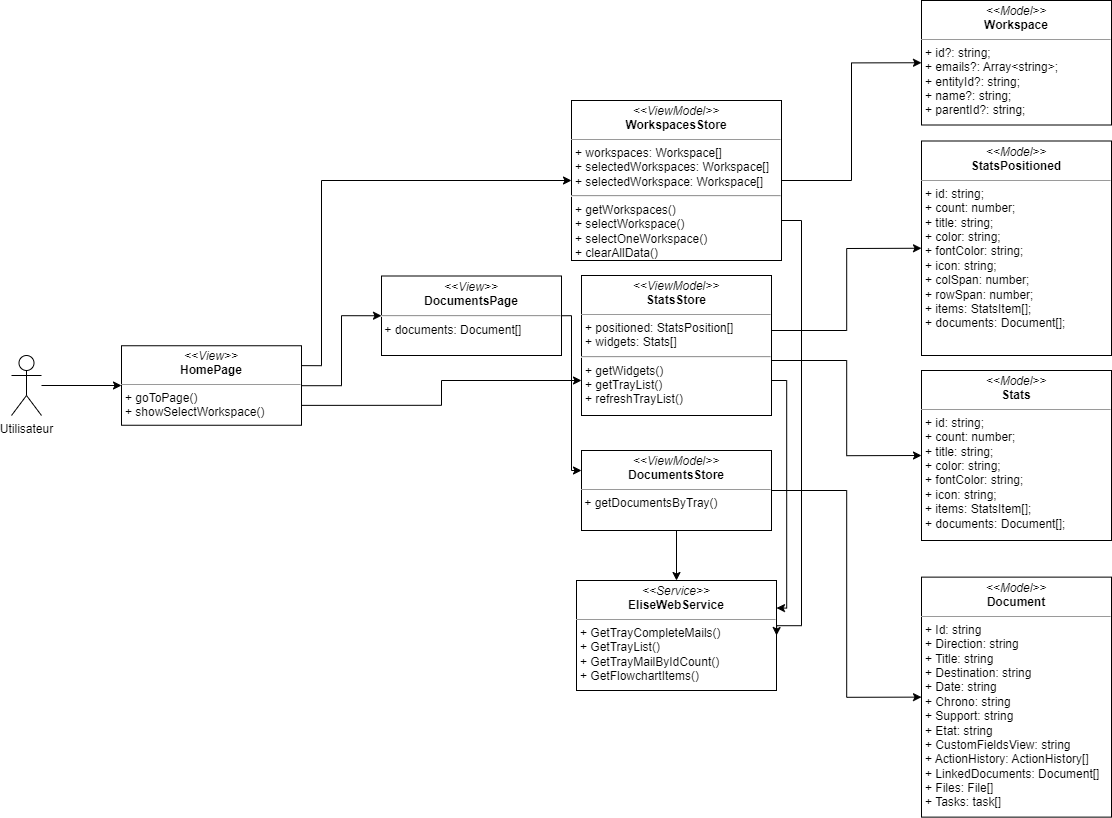
PFE-Neoledge-2023/rapport keeps this draw.io diagram as images_pfe/dcc_sprint7.png. Above is the earlier version. Source tidied: cells renumbered, new cells last; positions are measured from the earlier drawing's top-left corner, leaving out a move shared by most shapes.
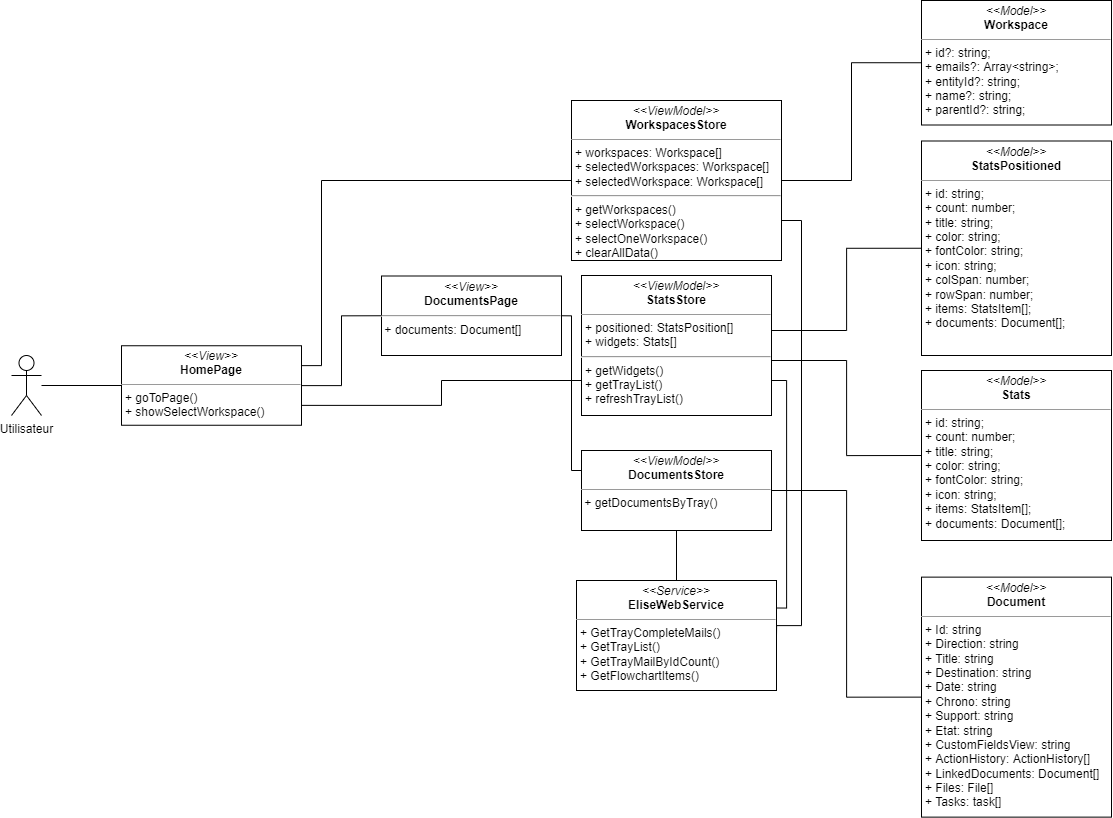
The same diagram one commit later.

What changed in the source:
```diff
@@ -2,19 +2,19 @@
   <root>
     <mxCell id="0" />
     <mxCell id="1" parent="0" />
-    <mxCell id="2" style="edgeStyle=orthogonalEdgeStyle;rounded=0;html=1;entryX=0;entryY=0.5;entryDx=0;entryDy=0;" parent="1" edge="1" source="3" target="14">
+    <mxCell id="2" style="edgeStyle=orthogonalEdgeStyle;rounded=0;html=1;entryX=0;entryY=0.5;entryDx=0;entryDy=0;endArrow=none;endFill=0;" parent="1" edge="1" source="3" target="14">
       <mxGeometry relative="1" as="geometry" />
     </mxCell>
     <mxCell id="3" value="Utilisateur" style="shape=umlActor;verticalLabelPosition=bottom;verticalAlign=top;html=1;outlineConnect=0;" parent="1" vertex="1">
       <mxGeometry y="355" width="30" height="60" as="geometry" />
     </mxCell>
-    <mxCell id="4" style="edgeStyle=orthogonalEdgeStyle;html=1;exitX=1;exitY=0.5;exitDx=0;exitDy=0;entryX=0;entryY=0.25;entryDx=0;entryDy=0;rounded=0;" parent="1" edge="1" source="5" target="18">
+    <mxCell id="4" style="edgeStyle=orthogonalEdgeStyle;html=1;exitX=1;exitY=0.5;exitDx=0;exitDy=0;entryX=0;entryY=0.25;entryDx=0;entryDy=0;rounded=0;endArrow=none;endFill=0;" parent="1" edge="1" source="5" target="18">
       <mxGeometry relative="1" as="geometry" />
     </mxCell>
     <mxCell id="5" value="&lt;p style=&quot;margin:0px;margin-top:4px;text-align:center;&quot;&gt;&lt;i&gt;&amp;lt;&amp;lt;View&amp;gt;&amp;gt;&lt;/i&gt;&lt;br&gt;&lt;b&gt;DocumentsPage&lt;/b&gt;&lt;/p&gt;&lt;hr&gt;&amp;nbsp;+ documents: Document[]" style="verticalAlign=top;align=left;overflow=fill;fontSize=12;fontFamily=Helvetica;html=1;whiteSpace=wrap;" parent="1" vertex="1">
       <mxGeometry x="370" y="275.5" width="180" height="79.5" as="geometry" />
     </mxCell>
-    <mxCell id="6" style="edgeStyle=orthogonalEdgeStyle;rounded=0;html=1;entryX=0;entryY=0.5;entryDx=0;entryDy=0;" parent="1" edge="1" source="9" target="20">
+    <mxCell id="6" style="edgeStyle=orthogonalEdgeStyle;rounded=0;html=1;entryX=0;entryY=0.5;entryDx=0;entryDy=0;endArrow=none;endFill=0;" parent="1" edge="1" source="9" target="20">
       <mxGeometry relative="1" as="geometry">
         <Array as="points">
           <mxPoint x="835" y="360" />
@@ -22,7 +22,7 @@
         </Array>
       </mxGeometry>
     </mxCell>
-    <mxCell id="7" style="edgeStyle=orthogonalEdgeStyle;rounded=0;html=1;entryX=0;entryY=0.5;entryDx=0;entryDy=0;" parent="1" edge="1" source="9" target="19">
+    <mxCell id="7" style="edgeStyle=orthogonalEdgeStyle;rounded=0;html=1;entryX=0;entryY=0.5;entryDx=0;entryDy=0;endArrow=none;endFill=0;" parent="1" edge="1" source="9" target="19">
       <mxGeometry relative="1" as="geometry">
         <Array as="points">
           <mxPoint x="835" y="330" />
@@ -30,7 +30,7 @@
         </Array>
       </mxGeometry>
     </mxCell>
-    <mxCell id="8" style="edgeStyle=orthogonalEdgeStyle;rounded=0;html=1;exitX=1;exitY=0.75;exitDx=0;exitDy=0;entryX=1;entryY=0.25;entryDx=0;entryDy=0;" parent="1" edge="1" source="9" target="10">
+    <mxCell id="8" style="edgeStyle=orthogonalEdgeStyle;rounded=0;html=1;exitX=1;exitY=0.75;exitDx=0;exitDy=0;entryX=1;entryY=0.25;entryDx=0;entryDy=0;endArrow=none;endFill=0;" parent="1" edge="1" source="9" target="10">
       <mxGeometry relative="1" as="geometry" />
     </mxCell>
     <mxCell id="9" value="&lt;p style=&quot;margin:0px;margin-top:4px;text-align:center;&quot;&gt;&lt;i&gt;&amp;lt;&amp;lt;ViewModel&amp;gt;&amp;gt;&lt;/i&gt;&lt;br&gt;&lt;b&gt;StatsStore&lt;/b&gt;&lt;/p&gt;&lt;hr size=&quot;1&quot;&gt;&lt;p style=&quot;margin:0px;margin-left:4px;&quot;&gt;&lt;/p&gt;&lt;p style=&quot;margin:0px;margin-left:4px;&quot;&gt;+ positioned: StatsPosition[]&lt;/p&gt;&lt;p style=&quot;margin:0px;margin-left:4px;&quot;&gt;+ widgets: Stats[]&lt;/p&gt;&lt;hr&gt;&lt;p style=&quot;margin:0px;margin-left:4px;&quot;&gt;+&amp;nbsp;&lt;span style=&quot;background-color: initial;&quot;&gt;getWidgets()&lt;/span&gt;&lt;/p&gt;&lt;p style=&quot;margin:0px;margin-left:4px;&quot;&gt;+ getTrayList()&lt;/p&gt;&lt;p style=&quot;margin:0px;margin-left:4px;&quot;&gt;&lt;span style=&quot;background-color: initial;&quot;&gt;+ refreshTrayList()&lt;br&gt;&lt;/span&gt;&lt;/p&gt;" style="verticalAlign=top;align=left;overflow=fill;fontSize=12;fontFamily=Helvetica;html=1;whiteSpace=wrap;" parent="1" vertex="1">
@@ -39,13 +39,13 @@
     <mxCell id="10" value="&lt;p style=&quot;margin:0px;margin-top:4px;text-align:center;&quot;&gt;&lt;i&gt;&amp;lt;&amp;lt;Service&amp;gt;&amp;gt;&lt;/i&gt;&lt;br&gt;&lt;b&gt;EliseWebService&lt;/b&gt;&lt;/p&gt;&lt;hr size=&quot;1&quot;&gt;&lt;p style=&quot;margin:0px;margin-left:4px;&quot;&gt;&lt;/p&gt;&lt;p style=&quot;margin:0px;margin-left:4px;&quot;&gt;+ GetTrayCompleteMails()&lt;/p&gt;&lt;p style=&quot;margin:0px;margin-left:4px;&quot;&gt;+&amp;nbsp;&lt;span style=&quot;background-color: initial;&quot;&gt;GetTrayList()&lt;/span&gt;&lt;/p&gt;&lt;p style=&quot;margin:0px;margin-left:4px;&quot;&gt;&lt;span style=&quot;background-color: initial;&quot;&gt;+ GetTrayMailByIdCount&lt;/span&gt;()&lt;/p&gt;&lt;p style=&quot;margin:0px;margin-left:4px;&quot;&gt;+&amp;nbsp;GetFlowchartItems()&lt;/p&gt;" style="verticalAlign=top;align=left;overflow=fill;fontSize=12;fontFamily=Helvetica;html=1;whiteSpace=wrap;" parent="1" vertex="1">
       <mxGeometry x="565" y="580" width="200" height="110" as="geometry" />
     </mxCell>
-    <mxCell id="11" style="edgeStyle=orthogonalEdgeStyle;rounded=0;html=1;entryX=0;entryY=0.5;entryDx=0;entryDy=0;" parent="1" edge="1" source="14" target="5">
+    <mxCell id="11" style="edgeStyle=orthogonalEdgeStyle;rounded=0;html=1;entryX=0;entryY=0.5;entryDx=0;entryDy=0;endArrow=none;endFill=0;" parent="1" edge="1" source="14" target="5">
       <mxGeometry relative="1" as="geometry" />
     </mxCell>
-    <mxCell id="12" style="edgeStyle=orthogonalEdgeStyle;rounded=0;html=1;entryX=0;entryY=0.75;entryDx=0;entryDy=0;exitX=1;exitY=0.75;exitDx=0;exitDy=0;" parent="1" edge="1" source="14" target="9">
+    <mxCell id="12" style="edgeStyle=orthogonalEdgeStyle;rounded=0;html=1;entryX=0;entryY=0.75;entryDx=0;entryDy=0;exitX=1;exitY=0.75;exitDx=0;exitDy=0;endArrow=none;endFill=0;" parent="1" edge="1" source="14" target="9">
       <mxGeometry relative="1" as="geometry" />
     </mxCell>
-    <mxCell id="13" style="edgeStyle=orthogonalEdgeStyle;rounded=0;html=1;exitX=1;exitY=0.25;exitDx=0;exitDy=0;entryX=0;entryY=0.5;entryDx=0;entryDy=0;strokeColor=default;" parent="1" edge="1" source="14" target="24">
+    <mxCell id="13" style="edgeStyle=orthogonalEdgeStyle;rounded=0;html=1;exitX=1;exitY=0.25;exitDx=0;exitDy=0;entryX=0;entryY=0.5;entryDx=0;entryDy=0;strokeColor=default;endArrow=none;endFill=0;" parent="1" edge="1" source="14" target="24">
       <mxGeometry relative="1" as="geometry">
         <Array as="points">
           <mxPoint x="310" y="365" />
@@ -59,10 +59,10 @@
     <mxCell id="15" style="edgeStyle=orthogonalEdgeStyle;html=1;entryX=0;entryY=0.25;entryDx=0;entryDy=0;rounded=0;" parent="1" edge="1">
       <mxGeometry relative="1" as="geometry" />
     </mxCell>
-    <mxCell id="16" style="edgeStyle=orthogonalEdgeStyle;rounded=0;html=1;entryX=0;entryY=0.5;entryDx=0;entryDy=0;" parent="1" edge="1" source="18" target="21">
+    <mxCell id="16" style="edgeStyle=orthogonalEdgeStyle;rounded=0;html=1;entryX=0;entryY=0.5;entryDx=0;entryDy=0;endArrow=none;endFill=0;" parent="1" edge="1" source="18" target="21">
       <mxGeometry relative="1" as="geometry" />
     </mxCell>
-    <mxCell id="17" style="edgeStyle=orthogonalEdgeStyle;rounded=0;html=1;entryX=0.5;entryY=0;entryDx=0;entryDy=0;" parent="1" edge="1" source="18" target="10">
+    <mxCell id="17" style="edgeStyle=orthogonalEdgeStyle;rounded=0;html=1;entryX=0.5;entryY=0;entryDx=0;entryDy=0;endArrow=none;endFill=0;" parent="1" edge="1" source="18" target="10">
       <mxGeometry relative="1" as="geometry" />
     </mxCell>
     <mxCell id="18" value="&lt;p style=&quot;margin:0px;margin-top:4px;text-align:center;&quot;&gt;&lt;i&gt;&amp;lt;&amp;lt;ViewModel&amp;gt;&amp;gt;&lt;/i&gt;&lt;br&gt;&lt;b&gt;DocumentsStore&lt;/b&gt;&lt;/p&gt;&lt;hr size=&quot;1&quot;&gt;&lt;p style=&quot;margin:0px;margin-left:4px;&quot;&gt;&lt;/p&gt;&lt;p style=&quot;margin:0px;margin-left:4px;&quot;&gt;&lt;/p&gt;&amp;nbsp;+ getDocumentsByTray()" style="verticalAlign=top;align=left;overflow=fill;fontSize=12;fontFamily=Helvetica;html=1;whiteSpace=wrap;" parent="1" vertex="1">
@@ -77,10 +77,10 @@
     <mxCell id="21" value="&lt;p style=&quot;margin:0px;margin-top:4px;text-align:center;&quot;&gt;&lt;i&gt;&amp;lt;&amp;lt;Model&amp;gt;&amp;gt;&lt;/i&gt;&lt;br&gt;&lt;b&gt;Document&lt;/b&gt;&lt;/p&gt;&lt;hr size=&quot;1&quot;&gt;&lt;p style=&quot;margin: 0px 0px 0px 4px;&quot;&gt;&lt;span style=&quot;background-color: initial;&quot;&gt;+ Id: string&lt;/span&gt;&lt;br&gt;&lt;/p&gt;&lt;p style=&quot;margin: 0px 0px 0px 4px;&quot;&gt;+ Direction: string&lt;/p&gt;&lt;p style=&quot;margin: 0px 0px 0px 4px;&quot;&gt;+ Title: string&lt;/p&gt;&lt;p style=&quot;margin: 0px 0px 0px 4px;&quot;&gt;+ Destination: string&lt;/p&gt;&lt;p style=&quot;margin: 0px 0px 0px 4px;&quot;&gt;+ Date: string&lt;/p&gt;&lt;p style=&quot;margin: 0px 0px 0px 4px;&quot;&gt;+ Chrono: string&lt;/p&gt;&lt;p style=&quot;margin: 0px 0px 0px 4px;&quot;&gt;+ Support: string&lt;/p&gt;&lt;p style=&quot;margin: 0px 0px 0px 4px;&quot;&gt;+ Etat: string&lt;/p&gt;&lt;p style=&quot;margin: 0px 0px 0px 4px;&quot;&gt;+ CustomFieldsView: string&lt;/p&gt;&lt;p style=&quot;margin: 0px 0px 0px 4px;&quot;&gt;+ ActionHistory: ActionHistory[]&lt;/p&gt;&lt;p style=&quot;margin: 0px 0px 0px 4px;&quot;&gt;+ LinkedDocuments: Document[]&lt;/p&gt;&lt;p style=&quot;margin: 0px 0px 0px 4px;&quot;&gt;+ Files: File[]&lt;/p&gt;&lt;p style=&quot;margin: 0px 0px 0px 4px;&quot;&gt;+ Tasks: task[]&lt;/p&gt;" style="verticalAlign=top;align=left;overflow=fill;fontSize=12;fontFamily=Helvetica;html=1;whiteSpace=wrap;" parent="1" vertex="1">
       <mxGeometry x="910" y="576.6" width="190" height="240" as="geometry" />
     </mxCell>
-    <mxCell id="22" style="edgeStyle=orthogonalEdgeStyle;html=1;entryX=0;entryY=0.5;entryDx=0;entryDy=0;strokeColor=default;rounded=0;" parent="1" edge="1" source="24" target="25">
+    <mxCell id="22" style="edgeStyle=orthogonalEdgeStyle;html=1;entryX=0;entryY=0.5;entryDx=0;entryDy=0;strokeColor=default;rounded=0;endArrow=none;endFill=0;" parent="1" edge="1" source="24" target="25">
       <mxGeometry relative="1" as="geometry" />
     </mxCell>
-    <mxCell id="23" style="edgeStyle=orthogonalEdgeStyle;rounded=0;html=1;exitX=1;exitY=0.75;exitDx=0;exitDy=0;entryX=1;entryY=0.5;entryDx=0;entryDy=0;strokeColor=default;" parent="1" edge="1" source="24" target="10">
+    <mxCell id="23" style="edgeStyle=orthogonalEdgeStyle;rounded=0;html=1;exitX=1;exitY=0.75;exitDx=0;exitDy=0;entryX=1;entryY=0.5;entryDx=0;entryDy=0;strokeColor=default;endArrow=none;endFill=0;" parent="1" edge="1" source="24" target="10">
       <mxGeometry relative="1" as="geometry">
         <Array as="points">
           <mxPoint x="790" y="220" />
```
